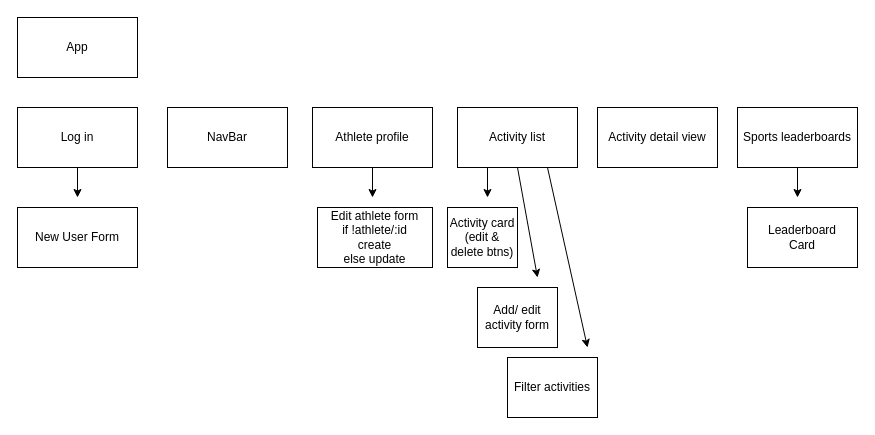
Above: app/wireframe.drawio in HartPM/exercise-tracker-app (draw.io), before the change. Source tidied: cells renumbered, new cells numbered last; positions are measured from the earlier drawing's top-left corner, leaving out a move shared by most shapes. Both pictures are drawn from the tidied source at 100%, with x=0, y=0 at pixel (17, 17).
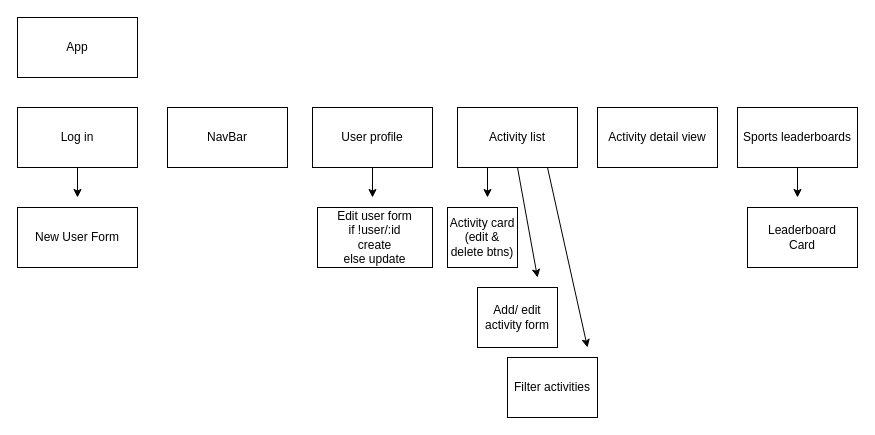
The same page after the edit.

The edit, as a diff of the source:
```diff
@@
-    <mxCell id="6" value="Athlete profile" style="whiteSpace=wrap;html=1;" parent="1" vertex="1">
+    <mxCell id="6" value="User profile" style="whiteSpace=wrap;html=1;" parent="1" vertex="1">
       <mxGeometry x="295" y="90" width="120" height="60" as="geometry" />
     </mxCell>
@@
-    <mxCell id="18" value="Edit athlete form&lt;br&gt;if !athlete/:id&lt;br&gt;create&lt;br&gt;else update" style="whiteSpace=wrap;html=1;" parent="1" vertex="1">
+    <mxCell id="18" value="Edit user form&lt;br&gt;if !user/:id&lt;br&gt;create&lt;br&gt;else update" style="whiteSpace=wrap;html=1;" parent="1" vertex="1">
       <mxGeometry x="300" y="190" width="115" height="60" as="geometry" />
     </mxCell>
```
